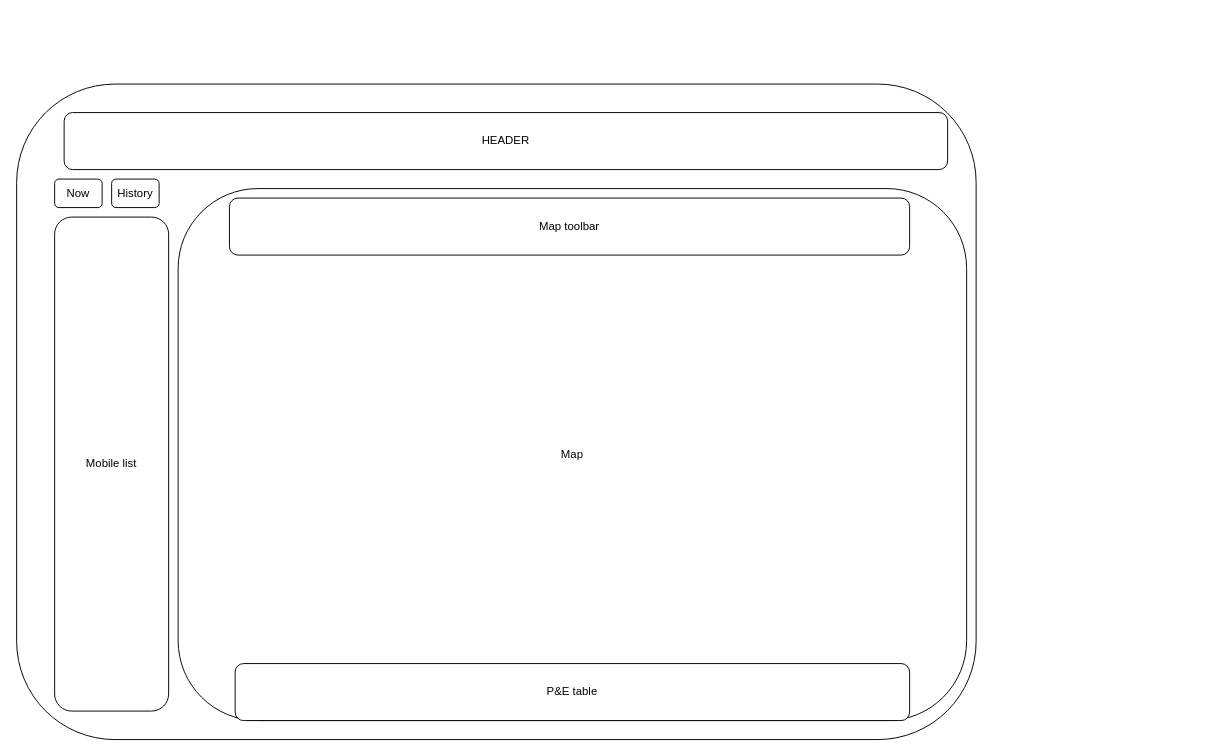
The draw.io diagram page "deveryloc-ihm-angular" (2 of 4) of Angular_migration_steps.drawio in phquoc25/angular-study, before the edit. Source tidied: cells renumbered, new cells numbered last; positions are measured from the earlier drawing's top-left corner, leaving out a move shared by most shapes. Both pictures are drawn from the tidied source at 95%, with x=0, y=0 at pixel (16, 84).
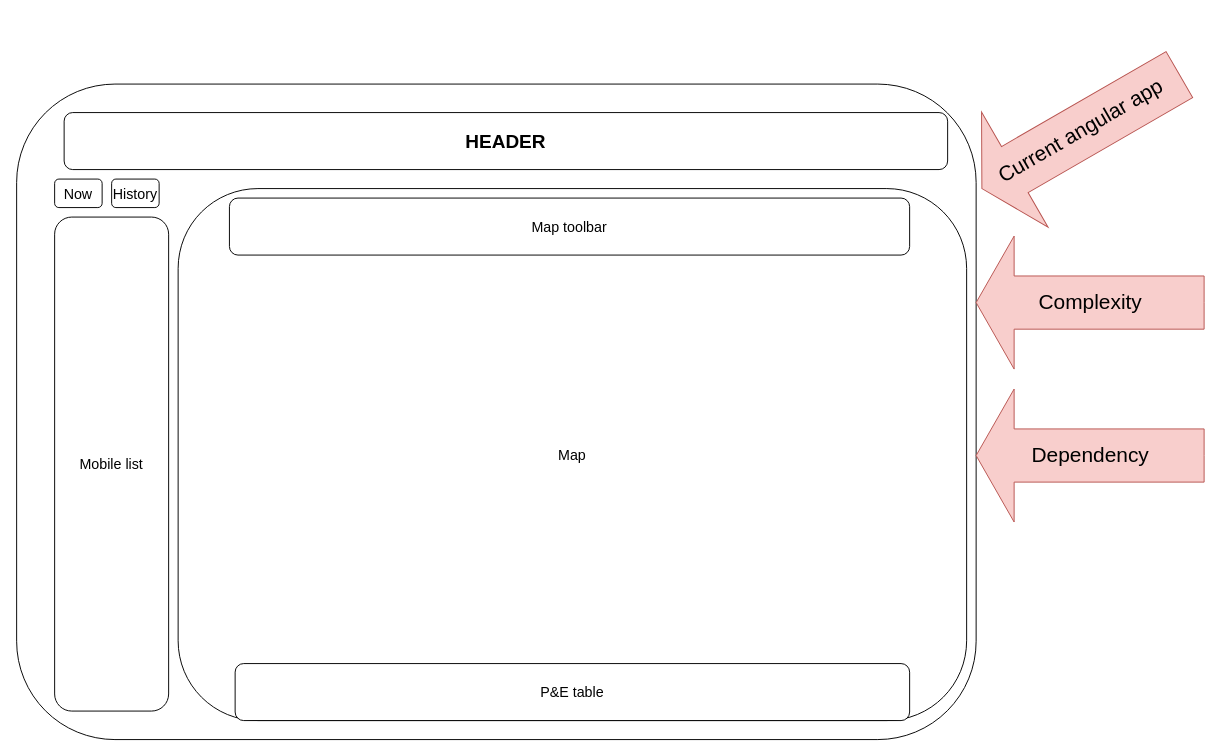
The same diagram, later.

Diff of the diagram source:
```diff
@@
 <mxGraphModel>
   <root>
     <mxCell id="0" />
     <mxCell id="1" parent="0" />
     <mxCell id="2" value="Create project template" style="rounded=1;whiteSpace=wrap;html=1;fontSize=12;glass=0;strokeWidth=1;shadow=0;" parent="1" vertex="1">
       <mxGeometry width="1010" height="690" as="geometry" />
     </mxCell>
-    <mxCell id="3" value="Mobile list" style="rounded=1;whiteSpace=wrap;html=1;" parent="1" vertex="1">
+    <mxCell id="3" value="Mobile list" style="rounded=1;whiteSpace=wrap;html=1;fontSize=15;" parent="1" vertex="1">
       <mxGeometry x="40" y="140" width="120" height="520" as="geometry" />
     </mxCell>
-    <mxCell id="4" value="Map" style="rounded=1;whiteSpace=wrap;html=1;" parent="1" vertex="1">
+    <mxCell id="4" value="Map" style="rounded=1;whiteSpace=wrap;html=1;fontSize=15;" parent="1" vertex="1">
       <mxGeometry x="170" y="110" width="830" height="560" as="geometry" />
     </mxCell>
-    <mxCell id="5" value="HEADER" style="rounded=1;whiteSpace=wrap;html=1;" parent="1" vertex="1">
+    <mxCell id="5" value="HEADER" style="rounded=1;whiteSpace=wrap;html=1;fontSize=20;fontStyle=1;" parent="1" vertex="1">
       <mxGeometry x="50" y="30" width="930" height="60" as="geometry" />
     </mxCell>
-    <mxCell id="6" value="Now" style="rounded=1;whiteSpace=wrap;html=1;" parent="1" vertex="1">
+    <mxCell id="6" value="Now" style="rounded=1;whiteSpace=wrap;html=1;fontSize=15;" parent="1" vertex="1">
       <mxGeometry x="40" y="100" width="50" height="30" as="geometry" />
     </mxCell>
-    <mxCell id="7" value="History" style="rounded=1;whiteSpace=wrap;html=1;" parent="1" vertex="1">
+    <mxCell id="7" value="History" style="rounded=1;whiteSpace=wrap;html=1;fontSize=15;" parent="1" vertex="1">
       <mxGeometry x="100" y="100" width="50" height="30" as="geometry" />
     </mxCell>
-    <mxCell id="8" value="Map toolbar" style="rounded=1;whiteSpace=wrap;html=1;" parent="1" vertex="1">
+    <mxCell id="8" value="Map toolbar" style="rounded=1;whiteSpace=wrap;html=1;fontSize=15;" parent="1" vertex="1">
       <mxGeometry x="224" y="120" width="716" height="60" as="geometry" />
     </mxCell>
-    <mxCell id="9" value="P&amp;amp;E table" style="rounded=1;whiteSpace=wrap;html=1;" parent="1" vertex="1">
+    <mxCell id="9" value="P&amp;amp;E table" style="rounded=1;whiteSpace=wrap;html=1;fontSize=15;" parent="1" vertex="1">
       <mxGeometry x="230" y="610" width="710" height="60" as="geometry" />
     </mxCell>
+    <mxCell id="10" value="Current angular app" style="html=1;shadow=0;dashed=0;align=center;verticalAlign=middle;shape=mxgraph.arrows2.arrow;dy=0.6;dx=40;flipH=1;notch=0;fillColor=#f8cecc;strokeColor=#b85450;fontSize=22;rotation=-30;" parent="1" vertex="1">
+      <mxGeometry x="1000" y="-20" width="240" height="140" as="geometry" />
+    </mxCell>
+    <mxCell id="11" value="Complexity" style="html=1;shadow=0;dashed=0;align=center;verticalAlign=middle;shape=mxgraph.arrows2.arrow;dy=0.6;dx=40;flipH=1;notch=0;fillColor=#f8cecc;strokeColor=#b85450;fontSize=22;" parent="1" vertex="1">
+      <mxGeometry x="1010" y="160" width="240" height="140" as="geometry" />
+    </mxCell>
+    <mxCell id="12" value="Dependency" style="html=1;shadow=0;dashed=0;align=center;verticalAlign=middle;shape=mxgraph.arrows2.arrow;dy=0.6;dx=40;flipH=1;notch=0;fillColor=#f8cecc;strokeColor=#b85450;fontSize=22;" parent="1" vertex="1">
+      <mxGeometry x="1010" y="321" width="240" height="140" as="geometry" />
+    </mxCell>
   </root>
 </mxGraphModel>
```
